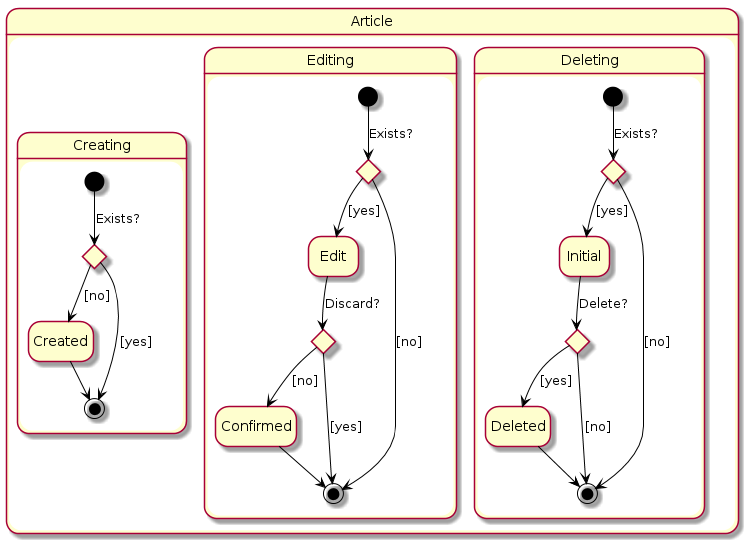
The PlantUML diagram documentation/ArticleStateDiagram.png in HU-SD-SV2PRFED-studenten-2021/prfed_2021-v2b-2, before a commit.
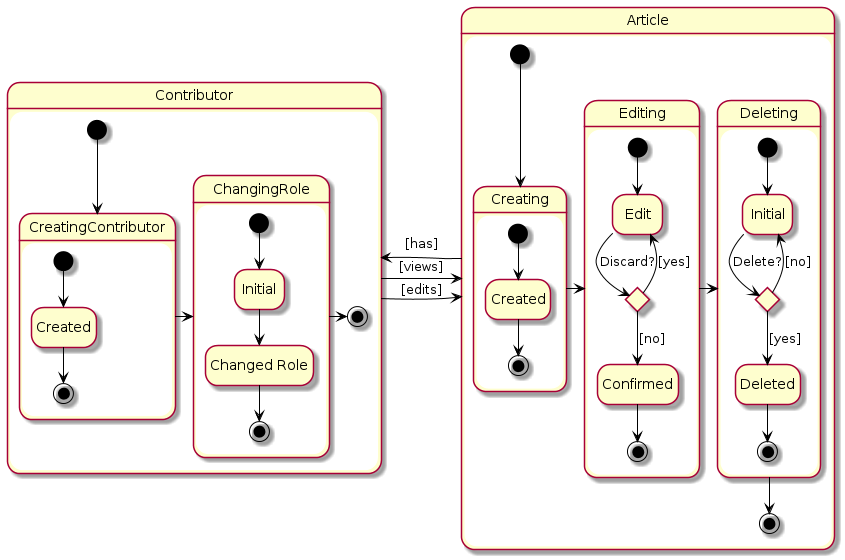
The same file after the commit.

What changed in the source:
```diff
@@ -2,41 +2,68 @@
 state Article {
 	hide empty description
 	skinparam arrowColor black
+
 	state Creating {
-		state ex <<choice>>
 		state "Created" as cr
 
-		[*] --> ex:Exists?
-		ex --> cr:[no]
-		ex -->[*]:[yes]
+		[*] --> cr
 		cr --> [*]
 	}
+
 	state Editing {
 		state "Edit" as e
 		state "Confirmed" as c
-		state ed <<choice>>
 		state d <<choice>>
 
-		[*] --> ed:Exists?
-		ed --> [*]:[no]
-		ed --> e:[yes]
+		[*] --> e
 		e --> d:Discard?
 		d --> c:[no]
-		d --> [*]:[yes]
+		d --> e:[yes]
 		c --> [*]
 	}
+
 	state Deleting {
-		state ex2 <<choice>>
 		state del <<choice>>
 		state "Initial" as i2
 		state "Deleted" as dtd
-		[*] --> ex2:Exists?
-		ex2 --> i2:[yes]
-		ex2 --> [*]:[no]
+		[*] --> i2
 		i2 --> del:Delete?
 		del --> dtd:[yes]
-		del --> [*]:[no]
+		del -up-> i2:[no]
 		dtd --> [*]
 	}
+
+	[*] --> Creating
+	Creating -right-> Editing
+	Editing -right-> Deleting
+	Deleting --> [*]
+
 }
+state Contributor {
+	hide empty description
+	skinparam arrowColor black
+
+	state CreatingContributor {
+		state "Created" as cC
+
+		[*] --> cC
+		cC --> [*]
+	}
+
+	state ChangingRole {
+		state "Initial" as cIn
+		state "Changed Role" as cCr
+
+		[*] --> cIn
+		cIn --> cCr
+		cCr --> [*]
+	}
+
+	[*] --> CreatingContributor
+	CreatingContributor -right-> ChangingRole
+	ChangingRole -right-> [*]
+}
+Contributor -right-> Article:[edits]
+Contributor -right-> Article:[views]
+Article -left-> Contributor:[has]
 @enduml
```
